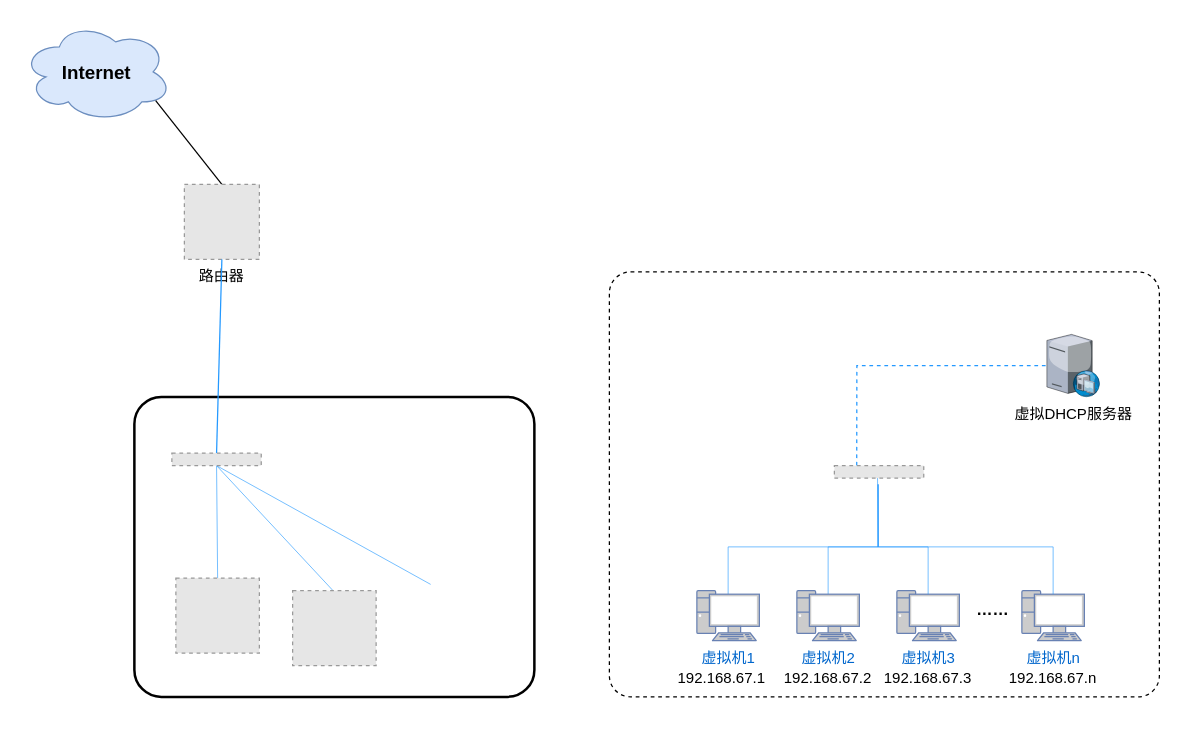
Before: drawio/虚拟机网络原理—仅主机模式.drawio in hezhuma/image-repo, a draw.io diagram. Source tidied: cells renumbered, new cells numbered last; positions are measured from the earlier drawing's top-left corner, leaving out a move shared by most shapes. Both pictures are drawn from the tidied source at 125%, with x=0, y=0 at pixel (21, 21). Pictures stored in the file or linked from it are replaced by grey dashed boxes.
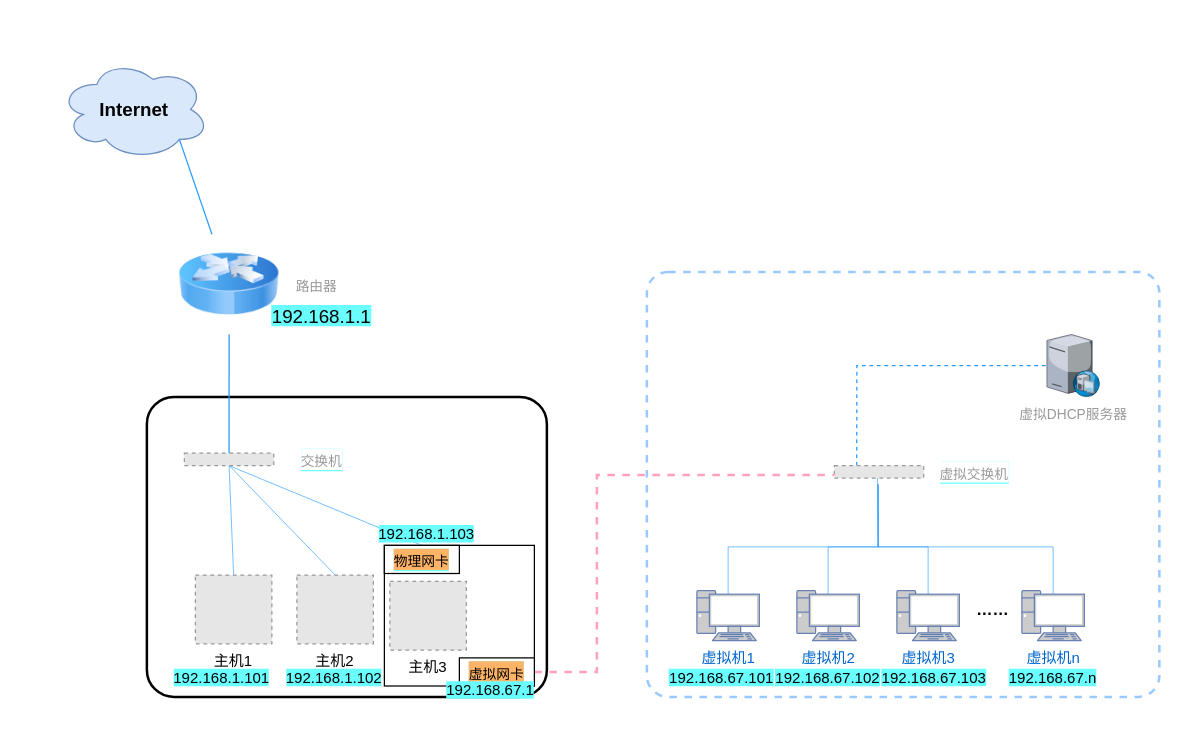
After the change.

Commit message:
Update 虚拟机网络原理—仅主机模式.drawio

The change refers to these unchanged cells:
```xml
<mxCell id="21" style="fillColor=#E6E6E6;strokeColor=#999999;dashed=1;verticalLabelPosition=bottom;labelBackgroundColor=default;verticalAlign=top;" parent="1" vertex="1">
  <mxGeometry x="650" y="355" width="71.5" height="10" as="geometry" />
</mxCell>
```

Change to the diagram source:
```diff
@@
+    <mxCell id="3" style="rounded=1;whiteSpace=wrap;html=1;arcSize=9;strokeWidth=2;" parent="1" vertex="1">
+      <mxGeometry x="100" y="300" width="320" height="240" as="geometry" />
+    </mxCell>
+    <mxCell id="30" style="rounded=0;whiteSpace=wrap;html=1;labelBackgroundColor=#69FFFF;fontSize=15;strokeWidth=1;" parent="1" vertex="1">
+      <mxGeometry x="290" y="418.8" width="120" height="112.5" as="geometry" />
+    </mxCell>
+    <mxCell id="31" value="主机3" style="fillColor=#E6E6E6;strokeColor=#999999;dashed=1;verticalLabelPosition=bottom;labelBackgroundColor=default;verticalAlign=top;" parent="1" vertex="1">
+      <mxGeometry x="294.4" y="447.5" width="61.2" height="55" as="geometry" />
+    </mxCell>
     <mxCell id="2" value="&lt;font style=&quot;font-size: 15px;&quot;&gt;&lt;b&gt;Internet&lt;/b&gt;&lt;/font&gt;" style="ellipse;shape=cloud;whiteSpace=wrap;html=1;fillColor=#dae8fc;strokeColor=#6c8ebf;" parent="1" vertex="1">
-      <mxGeometry width="120" height="80" as="geometry" />
+      <mxGeometry x="30" y="30" width="120" height="80" as="geometry" />
     </mxCell>
-    <mxCell id="3" style="rounded=1;whiteSpace=wrap;html=1;arcSize=9;strokeWidth=2;" parent="1" vertex="1">
-      <mxGeometry x="90" y="300" width="320" height="240" as="geometry" />
-    </mxCell>
-    <mxCell id="4" style="endArrow=none;html=1;rounded=0;entryX=0.892;entryY=0.788;entryDx=0;entryDy=0;entryPerimeter=0;exitX=0.5;exitY=0;exitDx=0;exitDy=0;" parent="1" edge="1" source="6" target="2">
-      <mxGeometry relative="1" as="geometry" />
-    </mxCell>
-    <mxCell id="5" style="rounded=1;whiteSpace=wrap;html=1;arcSize=5;strokeWidth=1;dashed=1;" parent="1" vertex="1">
-      <mxGeometry x="470" y="200" width="440" height="340" as="geometry" />
+    <mxCell id="5" style="rounded=1;whiteSpace=wrap;html=1;arcSize=5;strokeWidth=2;dashed=1;strokeColor=#99C9FF;" parent="1" vertex="1">
+      <mxGeometry x="500" y="200" width="410" height="340" as="geometry" />
     </mxCell>
-    <mxCell id="6" value="路由器" style="fillColor=#E6E6E6;strokeColor=#999999;dashed=1;verticalLabelPosition=bottom;labelBackgroundColor=default;verticalAlign=top;" parent="1" vertex="1">
-      <mxGeometry x="130" y="130" width="60" height="60" as="geometry" />
-    </mxCell>
-    <mxCell id="7" style="endArrow=none;html=1;rounded=0;entryX=0.5;entryY=1;entryDx=0;entryDy=0;exitX=0.5;exitY=0;exitDx=0;exitDy=0;strokeColor=#2499FF;" parent="1" edge="1" source="22" target="6">
+    <mxCell id="7" style="endArrow=none;html=1;rounded=0;exitX=0.5;exitY=0;exitDx=0;exitDy=0;strokeColor=#2499FF;" parent="1" edge="1" source="22" target="33">
       <mxGeometry relative="1" as="geometry" />
     </mxCell>
@@
-    <mxCell id="9" style="endArrow=none;html=1;rounded=0;entryX=0.5;entryY=1;entryDx=0;entryDy=0;exitX=0.5;exitY=0;exitDx=0;exitDy=0;strokeColor=#2499FF;strokeWidth=0.5;" parent="1" edge="1" target="22">
+    <mxCell id="9" style="endArrow=none;html=1;rounded=0;entryX=0.5;entryY=1;entryDx=0;entryDy=0;exitX=0.5;exitY=0;exitDx=0;exitDy=0;strokeColor=#2499FF;strokeWidth=0.5;startArrow=none;" parent="1" edge="1" target="22">
       <mxGeometry relative="1" as="geometry">
-        <mxPoint x="248.9" y="455" as="sourcePoint" />
+        <mxPoint x="168.8" y="358" as="sourcePoint" />
       </mxGeometry>
     </mxCell>
-    <mxCell id="10" style="endArrow=none;html=1;rounded=0;entryX=0.5;entryY=1;entryDx=0;entryDy=0;exitX=0.5;exitY=0;exitDx=0;exitDy=0;strokeColor=#2499FF;strokeWidth=0.5;" parent="1" edge="1" target="22">
-      <mxGeometry relative="1" as="geometry">
-        <mxPoint x="327" y="450" as="sourcePoint" />
-      </mxGeometry>
+    <mxCell id="10" style="endArrow=none;html=1;rounded=0;entryX=0.5;entryY=1;entryDx=0;entryDy=0;strokeColor=#2499FF;strokeWidth=0.5;exitX=0.25;exitY=0;exitDx=0;exitDy=0;" parent="1" edge="1" source="30" target="22">
+      <mxGeometry relative="1" as="geometry" />
     </mxCell>
-    <mxCell id="11" value="虚拟DHCP服务器" style="verticalLabelPosition=bottom;sketch=0;html=1;verticalAlign=top;strokeColor=none;align=center;outlineConnect=0;shape=mxgraph.citrix.dhcp_server;" parent="1" vertex="1">
+    <mxCell id="11" value="&lt;font color=&quot;#999999&quot; style=&quot;font-size: 11px;&quot;&gt;虚拟DHCP服务器&lt;/font&gt;" style="verticalLabelPosition=bottom;sketch=0;html=1;verticalAlign=top;strokeColor=none;align=center;outlineConnect=0;shape=mxgraph.citrix.dhcp_server;" parent="1" vertex="1">
       <mxGeometry x="820" y="250" width="42.2" height="50" as="geometry" />
     </mxCell>
@@
     <mxCell id="22" style="fillColor=#E6E6E6;strokeColor=#999999;dashed=1;verticalLabelPosition=bottom;labelBackgroundColor=default;verticalAlign=top;" parent="1" vertex="1">
-      <mxGeometry x="120" y="345" width="71.5" height="10" as="geometry" />
+      <mxGeometry x="130" y="345" width="71.5" height="10" as="geometry" />
     </mxCell>
-    <mxCell id="23" value="192.168.67.1" style="text;html=1;strokeColor=none;fillColor=none;align=center;verticalAlign=middle;whiteSpace=wrap;rounded=0;" parent="1" vertex="1">
+    <mxCell id="23" value="&lt;span style=&quot;background-color: rgb(105, 255, 255);&quot;&gt;192.168.67.101&lt;/span&gt;" style="text;html=1;strokeColor=none;fillColor=none;align=center;verticalAlign=middle;whiteSpace=wrap;rounded=0;" parent="1" vertex="1">
       <mxGeometry x="530" y="510" width="60" height="30" as="geometry" />
     </mxCell>
-    <mxCell id="24" value="192.168.67.2" style="text;html=1;strokeColor=none;fillColor=none;align=center;verticalAlign=middle;whiteSpace=wrap;rounded=0;" parent="1" vertex="1">
+    <mxCell id="24" value="&lt;span style=&quot;background-color: rgb(105, 255, 255);&quot;&gt;192.168.67.102&lt;/span&gt;" style="text;html=1;strokeColor=none;fillColor=none;align=center;verticalAlign=middle;whiteSpace=wrap;rounded=0;" parent="1" vertex="1">
       <mxGeometry x="615" y="510" width="60" height="30" as="geometry" />
     </mxCell>
-    <mxCell id="25" value="192.168.67.3" style="text;html=1;strokeColor=none;fillColor=none;align=center;verticalAlign=middle;whiteSpace=wrap;rounded=0;" parent="1" vertex="1">
-      <mxGeometry x="695" y="510" width="60" height="30" as="geometry" />
+    <mxCell id="25" value="&lt;span style=&quot;background-color: rgb(105, 255, 255);&quot;&gt;192.168.67.103&lt;/span&gt;" style="text;html=1;strokeColor=none;fillColor=none;align=center;verticalAlign=middle;whiteSpace=wrap;rounded=0;" parent="1" vertex="1">
+      <mxGeometry x="700" y="510" width="60" height="30" as="geometry" />
     </mxCell>
-    <mxCell id="26" value="192.168.67.n" style="text;html=1;strokeColor=none;fillColor=none;align=center;verticalAlign=middle;whiteSpace=wrap;rounded=0;" parent="1" vertex="1">
+    <mxCell id="26" value="&lt;span style=&quot;background-color: rgb(105, 255, 255);&quot;&gt;192.168.67.n&lt;/span&gt;" style="text;html=1;strokeColor=none;fillColor=none;align=center;verticalAlign=middle;whiteSpace=wrap;rounded=0;" parent="1" vertex="1">
       <mxGeometry x="795" y="510" width="60" height="30" as="geometry" />
     </mxCell>
@@
-    <mxCell id="28" style="fillColor=#E6E6E6;strokeColor=#999999;dashed=1;verticalLabelPosition=bottom;labelBackgroundColor=default;verticalAlign=top;" parent="1" vertex="1">
-      <mxGeometry x="123.2" y="445" width="66.8" height="60" as="geometry" />
+    <mxCell id="28" value="主机1" style="fillColor=#E6E6E6;strokeColor=#999999;dashed=1;verticalLabelPosition=bottom;labelBackgroundColor=default;verticalAlign=top;" parent="1" vertex="1">
+      <mxGeometry x="138.8" y="442.5" width="61.2" height="55" as="geometry" />
     </mxCell>
-    <mxCell id="29" style="fillColor=#E6E6E6;strokeColor=#999999;dashed=1;verticalLabelPosition=bottom;labelBackgroundColor=default;verticalAlign=top;" parent="1" vertex="1">
-      <mxGeometry x="216.6" y="455" width="66.8" height="60" as="geometry" />
-    </mxCell>
+    <mxCell id="32" value="主机2" style="fillColor=#E6E6E6;strokeColor=#999999;dashed=1;verticalLabelPosition=bottom;labelBackgroundColor=default;verticalAlign=top;" parent="1" vertex="1">
+      <mxGeometry x="220" y="442.5" width="61.2" height="55" as="geometry" />
+    </mxCell>
+    <mxCell id="33" style="image;html=1;image=img/lib/clip_art/networking/Router_Icon_128x128.png;fontSize=15;strokeWidth=2;" parent="1" vertex="1">
+      <mxGeometry x="125.8" y="170" width="80" height="80" as="geometry" />
+    </mxCell>
+    <mxCell id="34" style="endArrow=none;html=1;rounded=0;strokeColor=#2499FF;entryX=0.8;entryY=0.8;entryDx=0;entryDy=0;entryPerimeter=0;" parent="1" edge="1" source="33" target="2">
+      <mxGeometry relative="1" as="geometry" />
+    </mxCell>
+    <mxCell id="6" value="&lt;font color=&quot;#999999&quot; style=&quot;font-size: 11px;&quot;&gt;路由器&lt;/font&gt;" style="text;html=1;strokeColor=none;fillColor=none;align=center;verticalAlign=middle;whiteSpace=wrap;rounded=0;fontSize=15;" parent="1" vertex="1">
+      <mxGeometry x="205.8" y="195" width="60" height="30" as="geometry" />
+    </mxCell>
+    <mxCell id="35" value="&lt;span style=&quot;background-color: rgb(105, 255, 255);&quot;&gt;192.168.1.1&lt;/span&gt;" style="text;html=1;strokeColor=none;fillColor=none;align=center;verticalAlign=middle;whiteSpace=wrap;rounded=0;fontSize=15;" parent="1" vertex="1">
+      <mxGeometry x="210" y="220" width="60" height="30" as="geometry" />
+    </mxCell>
+    <mxCell id="36" style="endArrow=none;html=1;rounded=0;entryX=0.5;entryY=0;entryDx=0;entryDy=0;exitX=0.5;exitY=0;exitDx=0;exitDy=0;strokeColor=#2499FF;strokeWidth=0.5;" parent="1" edge="1" source="32">
+      <mxGeometry relative="1" as="geometry">
+        <mxPoint x="168.8" y="358" as="targetPoint" />
+      </mxGeometry>
+    </mxCell>
+    <mxCell id="37" value="&lt;span style=&quot;background-color: rgb(255, 179, 102);&quot;&gt;&lt;font style=&quot;font-size: 11px;&quot;&gt;物理网卡&lt;/font&gt;&lt;/span&gt;" style="rounded=0;whiteSpace=wrap;html=1;labelBackgroundColor=#69FFFF;fontSize=15;strokeWidth=1;" parent="1" vertex="1">
+      <mxGeometry x="290" y="418.8" width="60" height="22.5" as="geometry" />
+    </mxCell>
+    <mxCell id="38" style="edgeStyle=orthogonalEdgeStyle;rounded=0;jettySize=auto;html=1;exitX=1;exitY=0.5;exitDx=0;exitDy=0;entryX=0;entryY=0.75;entryDx=0;entryDy=0;dashed=1;fontSize=15;strokeColor=#FFA1BA;strokeWidth=2;endArrow=none;endFill=0;" parent="1" edge="1" source="39" target="21">
+      <mxGeometry relative="1" as="geometry">
+        <Array as="points">
+          <mxPoint x="460" y="520" />
+          <mxPoint x="460" y="363" />
+        </Array>
+      </mxGeometry>
+    </mxCell>
+    <mxCell id="39" value="&lt;span style=&quot;background-color: rgb(255, 179, 102);&quot;&gt;&lt;font style=&quot;font-size: 11px;&quot;&gt;虚拟网卡&lt;/font&gt;&lt;/span&gt;" style="rounded=0;whiteSpace=wrap;html=1;labelBackgroundColor=#69FFFF;fontSize=15;strokeWidth=1;" parent="1" vertex="1">
+      <mxGeometry x="350" y="508.8" width="60" height="22.5" as="geometry" />
+    </mxCell>
+    <mxCell id="40" value="&lt;span style=&quot;background-color: rgb(105, 255, 255);&quot;&gt;192.168.67.1&lt;/span&gt;" style="text;html=1;strokeColor=none;fillColor=none;align=center;verticalAlign=middle;whiteSpace=wrap;rounded=0;" parent="1" vertex="1">
+      <mxGeometry x="345" y="520" width="60" height="30" as="geometry" />
+    </mxCell>
+    <mxCell id="41" value="&lt;span style=&quot;background-color: rgb(105, 255, 255);&quot;&gt;192.168.1.103&lt;/span&gt;" style="text;html=1;strokeColor=none;fillColor=none;align=center;verticalAlign=middle;whiteSpace=wrap;rounded=0;" parent="1" vertex="1">
+      <mxGeometry x="294.4" y="395" width="60" height="30" as="geometry" />
+    </mxCell>
+    <mxCell id="42" value="&lt;span style=&quot;background-color: rgb(255, 255, 255);&quot;&gt;&lt;font color=&quot;#999999&quot; style=&quot;font-size: 11px;&quot;&gt;虚拟交换机&lt;/font&gt;&lt;/span&gt;" style="text;html=1;strokeColor=none;fillColor=none;align=center;verticalAlign=middle;whiteSpace=wrap;rounded=0;labelBackgroundColor=#69FFFF;fontSize=15;" parent="1" vertex="1">
+      <mxGeometry x="717" y="345" width="90" height="30" as="geometry" />
+    </mxCell>
+    <mxCell id="43" value="&lt;span style=&quot;background-color: rgb(105, 255, 255);&quot;&gt;192.168.1.101&lt;/span&gt;" style="text;html=1;strokeColor=none;fillColor=none;align=center;verticalAlign=middle;whiteSpace=wrap;rounded=0;" parent="1" vertex="1">
+      <mxGeometry x="130" y="510" width="60" height="30" as="geometry" />
+    </mxCell>
+    <mxCell id="44" value="&lt;span style=&quot;background-color: rgb(105, 255, 255);&quot;&gt;192.168.1.102&lt;/span&gt;" style="text;html=1;strokeColor=none;fillColor=none;align=center;verticalAlign=middle;whiteSpace=wrap;rounded=0;" parent="1" vertex="1">
+      <mxGeometry x="220" y="510" width="60" height="30" as="geometry" />
+    </mxCell>
+    <mxCell id="45" value="&lt;span style=&quot;background-color: rgb(255, 255, 255);&quot;&gt;&lt;font color=&quot;#999999&quot; style=&quot;font-size: 11px;&quot;&gt;交换机&lt;/font&gt;&lt;/span&gt;" style="text;html=1;strokeColor=none;fillColor=none;align=center;verticalAlign=middle;whiteSpace=wrap;rounded=0;labelBackgroundColor=#69FFFF;fontSize=15;" parent="1" vertex="1">
+      <mxGeometry x="210" y="335" width="60" height="30" as="geometry" />
+    </mxCell>
```
